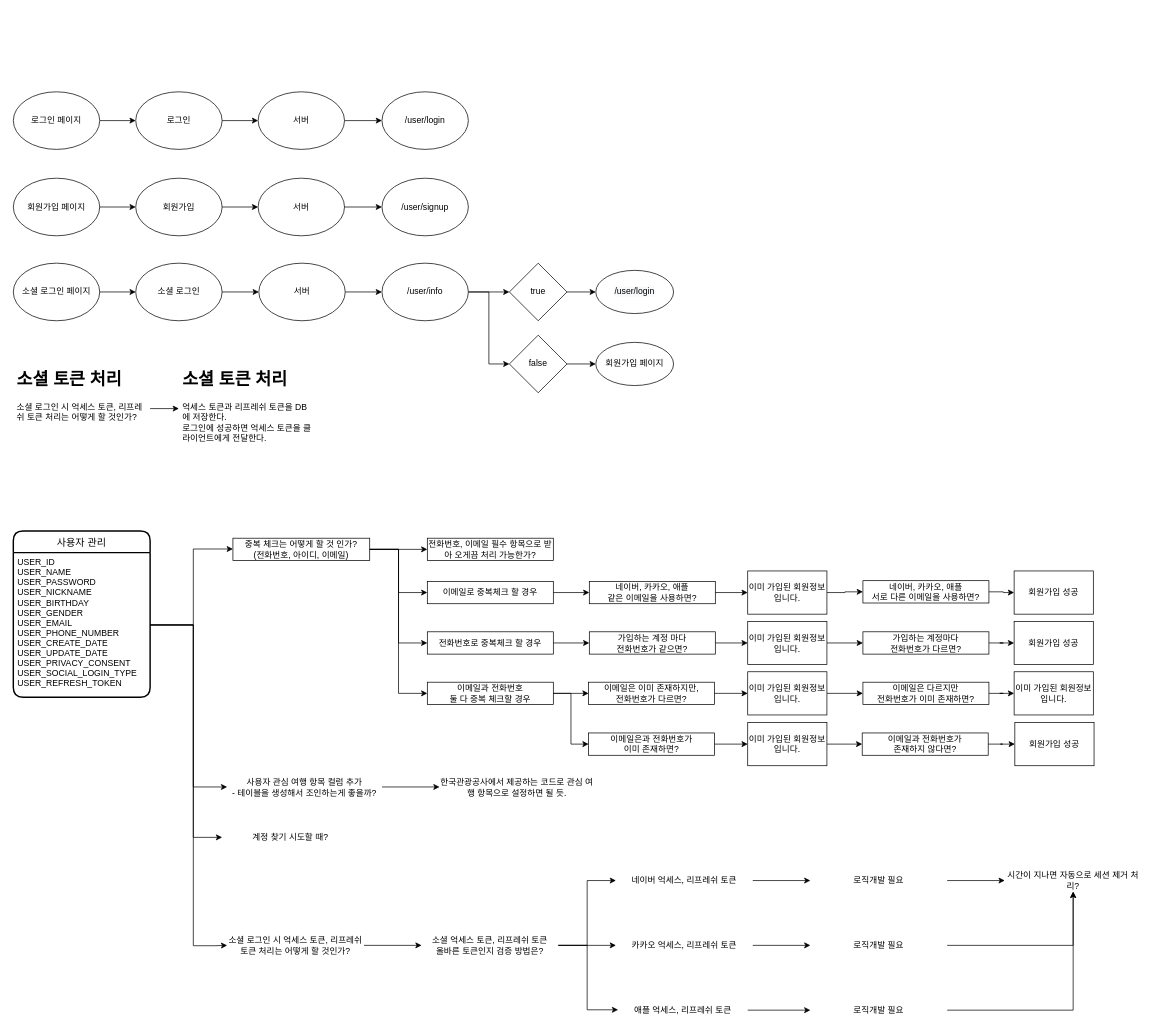
Before: page "회원가입(일반,소셜)" (6 of 6) of didden.drawio in xxxx-jeung/diddenUml, a draw.io diagram. Source tidied: cells renumbered, new cells numbered last; positions are measured from the earlier drawing's top-left corner, leaving out a move shared by most shapes. Both pictures are drawn from the tidied source at 72%, with x=0, y=0 at pixel (13, 91).
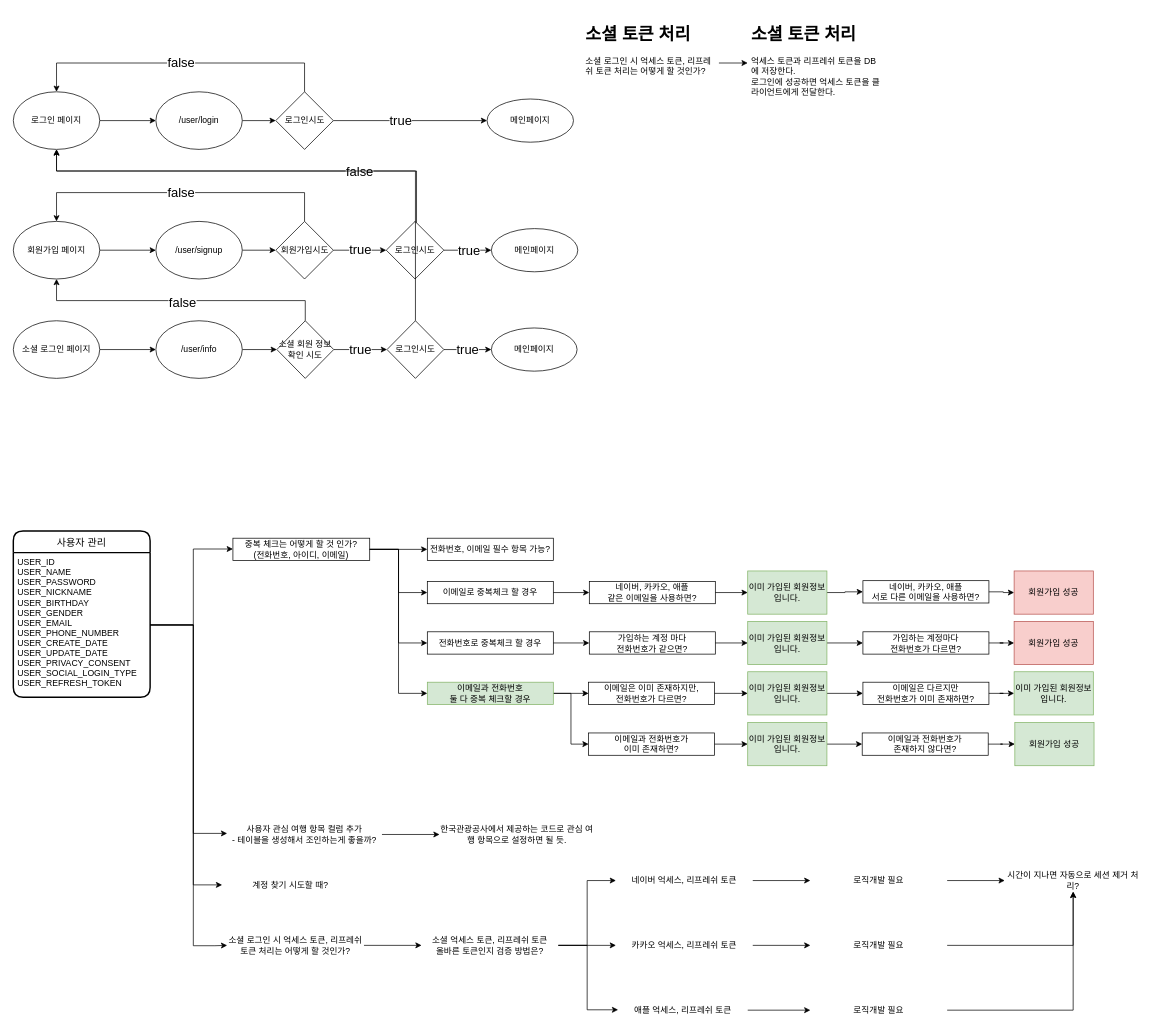
The same page after the edit.

The change refers to these unchanged cells:
```xml
<mxCell id="3" value="로그인 페이지" style="ellipse;whiteSpace=wrap;html=1;" parent="1" vertex="1">
  <mxGeometry width="120" height="80" as="geometry" />
</mxCell>
<mxCell id="28" value="USER_ID&#10;USER_NAME&#10;USER_PASSWORD&#10;USER_NICKNAME&#10;USER_BIRTHDAY&#10;USER_GENDER&#10;USER_EMAIL&#10;USER_PHONE_NUMBER&#10;USER_CREATE_DATE&#10;USER_UPDATE_DATE&#10;USER_PRIVACY_CONSENT&#10;USER_SOCIAL_LOGIN_TYPE&#10;USER_REFRESH_TOKEN" style="align=left;strokeColor=none;fillColor=none;spacingLeft=4;fontSize=12;verticalAlign=top;" parent="27" vertex="1">
  <mxGeometry y="30" width="190" height="201" as="geometry" />
</mxCell>
```

What changed in the source:
```diff
@@
-    <mxCell id="2" style="edgeStyle=orthogonalEdgeStyle;rounded=0;jettySize=auto;html=1;" parent="1" edge="1" source="3" target="7">
+    <mxCell id="2" style="edgeStyle=orthogonalEdgeStyle;rounded=0;jettySize=auto;html=1;" parent="1" edge="1" source="3" target="12">
       <mxGeometry relative="1" as="geometry" />
     </mxCell>
@@
-    <mxCell id="4" style="edgeStyle=orthogonalEdgeStyle;rounded=0;jettySize=auto;html=1;" parent="1" edge="1" source="5" target="9">
+    <mxCell id="4" style="edgeStyle=orthogonalEdgeStyle;rounded=0;jettySize=auto;html=1;" parent="1" edge="1" source="5" target="13">
       <mxGeometry relative="1" as="geometry" />
     </mxCell>
     <mxCell id="5" value="회원가입 페이지" style="ellipse;whiteSpace=wrap;html=1;" parent="1" vertex="1">
-      <mxGeometry y="120" width="120" height="80" as="geometry" />
+      <mxGeometry y="180" width="120" height="80" as="geometry" />
     </mxCell>
-    <mxCell id="6" style="edgeStyle=orthogonalEdgeStyle;rounded=0;jettySize=auto;html=1;" parent="1" edge="1" source="7" target="11">
-      <mxGeometry relative="1" as="geometry" />
-    </mxCell>
-    <mxCell id="7" value="로그인" style="ellipse;whiteSpace=wrap;html=1;" parent="1" vertex="1">
-      <mxGeometry x="170" width="120" height="80" as="geometry" />
-    </mxCell>
-    <mxCell id="8" style="edgeStyle=orthogonalEdgeStyle;rounded=0;jettySize=auto;html=1;" parent="1" edge="1" source="9" target="70">
-      <mxGeometry relative="1" as="geometry" />
-    </mxCell>
-    <mxCell id="9" value="회원가입" style="ellipse;whiteSpace=wrap;html=1;" parent="1" vertex="1">
-      <mxGeometry x="170" y="120" width="120" height="80" as="geometry" />
-    </mxCell>
-    <mxCell id="10" style="edgeStyle=orthogonalEdgeStyle;rounded=0;jettySize=auto;html=1;" parent="1" edge="1" source="11" target="12">
-      <mxGeometry relative="1" as="geometry" />
-    </mxCell>
-    <mxCell id="11" value="서버" style="ellipse;whiteSpace=wrap;html=1;" parent="1" vertex="1">
-      <mxGeometry x="340" width="120" height="80" as="geometry" />
-    </mxCell>
+    <mxCell id="104" style="edgeStyle=orthogonalEdgeStyle;rounded=0;jettySize=auto;html=1;" parent="1" edge="1" source="12" target="111">
+      <mxGeometry relative="1" as="geometry" />
+    </mxCell>
     <mxCell id="12" value="/user/login" style="ellipse;whiteSpace=wrap;html=1;" parent="1" vertex="1">
-      <mxGeometry x="512" width="120" height="80" as="geometry" />
+      <mxGeometry x="198" width="120" height="80" as="geometry" />
     </mxCell>
+    <mxCell id="105" style="edgeStyle=orthogonalEdgeStyle;rounded=0;jettySize=auto;html=1;fontSize=18;" parent="1" edge="1" source="13" target="115">
+      <mxGeometry relative="1" as="geometry" />
+    </mxCell>
     <mxCell id="13" value="/user/signup" style="ellipse;whiteSpace=wrap;html=1;" parent="1" vertex="1">
-      <mxGeometry x="512" y="120" width="120" height="80" as="geometry" />
+      <mxGeometry x="198" y="180" width="120" height="80" as="geometry" />
     </mxCell>
-    <mxCell id="14" style="edgeStyle=orthogonalEdgeStyle;rounded=0;jettySize=auto;html=1;" parent="1" edge="1" source="15" target="17">
+    <mxCell id="14" style="edgeStyle=orthogonalEdgeStyle;rounded=0;jettySize=auto;html=1;" parent="1" edge="1" source="15" target="68">
       <mxGeometry relative="1" as="geometry" />
     </mxCell>
     <mxCell id="15" value="소셜 로그인 페이지" style="ellipse;whiteSpace=wrap;html=1;" parent="1" vertex="1">
-      <mxGeometry y="238" width="120" height="80" as="geometry" />
+      <mxGeometry y="318" width="120" height="80" as="geometry" />
     </mxCell>
-    <mxCell id="16" style="edgeStyle=orthogonalEdgeStyle;rounded=0;jettySize=auto;html=1;" parent="1" edge="1" source="17" target="19">
-      <mxGeometry relative="1" as="geometry" />
-    </mxCell>
-    <mxCell id="17" value="소셜 로그인" style="ellipse;whiteSpace=wrap;html=1;" parent="1" vertex="1">
-      <mxGeometry x="170" y="238" width="120" height="80" as="geometry" />
-    </mxCell>
-    <mxCell id="18" style="edgeStyle=orthogonalEdgeStyle;rounded=0;jettySize=auto;html=1;entryX=0;entryY=0.5;entryDx=0;entryDy=0;" parent="1" edge="1" source="19" target="68">
-      <mxGeometry relative="1" as="geometry" />
-    </mxCell>
-    <mxCell id="19" value="서버" style="ellipse;whiteSpace=wrap;html=1;" parent="1" vertex="1">
-      <mxGeometry x="341" y="238" width="120" height="80" as="geometry" />
-    </mxCell>
@@
     <mxCell id="26" value="&lt;h1&gt;소셜 토큰 처리&lt;/h1&gt;&lt;p&gt;&lt;span style=&quot;text-align: center&quot;&gt;소셜 로그인 시 억세스 토큰, 리프레쉬 토큰 처리는 어떻게 할 것인가?&lt;/span&gt;&lt;br&gt;&lt;/p&gt;" style="text;html=1;strokeColor=none;fillColor=none;spacing=5;spacingTop=-20;whiteSpace=wrap;overflow=hidden;rounded=0;" parent="1" vertex="1">
-      <mxGeometry y="380" width="190" height="120" as="geometry" />
+      <mxGeometry x="790" y="-100" width="190" height="120" as="geometry" />
     </mxCell>
@@
-    <mxCell id="30" value="전화번호, 이메일 필수 항목으로 받아 오게끔 처리 가능한가?" style="text;html=1;strokeColor=default;fillColor=none;align=center;verticalAlign=middle;whiteSpace=wrap;rounded=0;" parent="1" vertex="1">
+    <mxCell id="30" value="전화번호, 이메일 필수 항목 가능?" style="text;html=1;strokeColor=default;fillColor=none;align=center;verticalAlign=middle;whiteSpace=wrap;rounded=0;" parent="1" vertex="1">
       <mxGeometry x="575" y="620" width="175" height="31" as="geometry" />
     </mxCell>
@@
     <mxCell id="32" value="사용자 관심 여행 항목 컬럼 추가&lt;br&gt;- 테이블을 생성해서 조인하는게 좋을까?" style="text;html=1;strokeColor=none;fillColor=none;align=center;verticalAlign=middle;whiteSpace=wrap;rounded=0;" parent="1" vertex="1">
-      <mxGeometry x="297" y="950" width="215" height="31" as="geometry" />
+      <mxGeometry x="297" y="1016" width="215" height="31" as="geometry" />
     </mxCell>
     <mxCell id="33" style="edgeStyle=orthogonalEdgeStyle;rounded=0;jettySize=auto;html=1;entryX=0;entryY=0.5;entryDx=0;entryDy=0;" parent="1" edge="1" source="28" target="42">
       <mxGeometry relative="1" as="geometry">
         <Array as="points">
-          <mxPoint x="250" y="740" />
-          <mxPoint x="250" y="1036" />
-          <mxPoint x="290" y="1036" />
+          <mxPoint x="250" y="741" />
+          <mxPoint x="250" y="1102" />
+          <mxPoint x="290" y="1102" />
         </Array>
       </mxGeometry>
     </mxCell>
@@
     <mxCell id="42" value="계정 찾기 시도할 때?" style="text;html=1;strokeColor=none;fillColor=none;align=center;verticalAlign=middle;whiteSpace=wrap;rounded=0;" parent="1" vertex="1">
-      <mxGeometry x="290" y="1020" width="190" height="31" as="geometry" />
+      <mxGeometry x="290" y="1086" width="190" height="31" as="geometry" />
     </mxCell>
-    <mxCell id="43" style="edgeStyle=orthogonalEdgeStyle;rounded=0;jettySize=auto;html=1;entryX=0;entryY=0.5;entryDx=0;entryDy=0;" parent="1" edge="1" source="28" target="32">
+    <mxCell id="43" style="edgeStyle=orthogonalEdgeStyle;rounded=0;jettySize=auto;html=1;" parent="1" edge="1" source="28" target="32">
       <mxGeometry relative="1" as="geometry">
         <Array as="points">
-          <mxPoint x="250" y="740" />
-          <mxPoint x="250" y="966" />
-          <mxPoint x="297" y="966" />
+          <mxPoint x="250" y="741" />
+          <mxPoint x="250" y="1030" />
         </Array>
       </mxGeometry>
     </mxCell>
@@
     <mxCell id="64" value="한국관광공사에서 제공하는 코드로 관심 여행 항목으로 설정하면 될 듯." style="text;html=1;strokeColor=none;fillColor=none;align=center;verticalAlign=middle;whiteSpace=wrap;rounded=0;" parent="1" vertex="1">
-      <mxGeometry x="592" y="950" width="215" height="31" as="geometry" />
+      <mxGeometry x="592" y="1016" width="215" height="31" as="geometry" />
     </mxCell>
     <mxCell id="65" value="&lt;h1&gt;소셜 토큰 처리&lt;/h1&gt;&lt;div&gt;억세스 토큰과 리프레쉬 토큰을 DB 에 저장한다.&lt;/div&gt;&lt;div&gt;로그인에 성공하면 억세스 토큰을 클라이언트에게 전달한다.&lt;/div&gt;" style="text;html=1;strokeColor=none;fillColor=none;spacing=5;spacingTop=-20;whiteSpace=wrap;overflow=hidden;rounded=0;" parent="1" vertex="1">
-      <mxGeometry x="230" y="380" width="190" height="120" as="geometry" />
+      <mxGeometry x="1020" y="-100" width="190" height="120" as="geometry" />
     </mxCell>
@@
-    <mxCell id="67" style="edgeStyle=orthogonalEdgeStyle;rounded=0;jettySize=auto;html=1;entryX=0;entryY=0.5;entryDx=0;entryDy=0;" parent="1" edge="1" source="68" target="74">
-      <mxGeometry relative="1" as="geometry" />
-    </mxCell>
     <mxCell id="68" value="/user/info" style="ellipse;whiteSpace=wrap;html=1;" parent="1" vertex="1">
-      <mxGeometry x="512" y="238" width="120" height="80" as="geometry" />
+      <mxGeometry x="198" y="318" width="120" height="80" as="geometry" />
     </mxCell>
-    <mxCell id="69" style="edgeStyle=orthogonalEdgeStyle;rounded=0;jettySize=auto;html=1;" parent="1" edge="1" source="70" target="13">
-      <mxGeometry relative="1" as="geometry" />
-    </mxCell>
-    <mxCell id="70" value="서버" style="ellipse;whiteSpace=wrap;html=1;" parent="1" vertex="1">
-      <mxGeometry x="340" y="120" width="120" height="80" as="geometry" />
-    </mxCell>
-    <mxCell id="71" style="edgeStyle=orthogonalEdgeStyle;rounded=0;jettySize=auto;html=1;" parent="1" edge="1" source="72" target="75">
+    <mxCell id="71" value="&lt;font style=&quot;font-size: 18px;&quot;&gt;true&lt;/font&gt;" style="edgeStyle=orthogonalEdgeStyle;rounded=0;jettySize=auto;html=1;" parent="1" edge="1" source="72" target="124">
       <mxGeometry relative="1" as="geometry" />
     </mxCell>
+    <mxCell id="106" style="edgeStyle=orthogonalEdgeStyle;rounded=0;jettySize=auto;html=1;fontSize=18;" parent="1" edge="1" source="72" target="5">
+      <mxGeometry relative="1" as="geometry">
+        <Array as="points">
+          <mxPoint x="405" y="290" />
+          <mxPoint x="60" y="290" />
+        </Array>
+      </mxGeometry>
+    </mxCell>
+    <mxCell id="107" value="false" style="edgeLabel;html=1;align=center;verticalAlign=middle;fontSize=18;" parent="106" vertex="1">
+      <mxGeometry x="0.07" y="1" relative="1" as="geometry">
+        <mxPoint x="17" y="1" as="offset" />
+      </mxGeometry>
+    </mxCell>
-    <mxCell id="72" value="true" style="rhombus;whiteSpace=wrap;html=1;" parent="1" vertex="1">
-      <mxGeometry x="689" y="238" width="80" height="80" as="geometry" />
+    <mxCell id="72" value="소셜 회원 정보 확인 시도" style="rhombus;whiteSpace=wrap;html=1;" parent="1" vertex="1">
+      <mxGeometry x="366" y="318" width="79" height="80" as="geometry" />
     </mxCell>
-    <mxCell id="73" style="edgeStyle=orthogonalEdgeStyle;rounded=0;jettySize=auto;html=1;" parent="1" edge="1" source="74" target="76">
-      <mxGeometry relative="1" as="geometry" />
-    </mxCell>
-    <mxCell id="74" value="false" style="rhombus;whiteSpace=wrap;html=1;" parent="1" vertex="1">
-      <mxGeometry x="689" y="338" width="80" height="80" as="geometry" />
-    </mxCell>
-    <mxCell id="75" value="&lt;span style=&quot;caret-color: rgb(0, 189, 184); color: rgb(0, 0, 0); font-family: Helvetica; font-size: 12px; font-style: normal; font-variant-caps: normal; font-weight: 400; letter-spacing: normal; text-align: center; text-indent: 0px; text-transform: none; word-spacing: 0px; -webkit-text-stroke-width: 0px; background-color: rgb(248, 249, 250); text-decoration: none; float: none; display: inline !important;&quot;&gt;/user/login&lt;/span&gt;" style="ellipse;whiteSpace=wrap;html=1;" parent="1" vertex="1">
-      <mxGeometry x="809" y="248" width="108" height="60" as="geometry" />
-    </mxCell>
-    <mxCell id="76" value="회원가입 페이지" style="ellipse;whiteSpace=wrap;html=1;" parent="1" vertex="1">
-      <mxGeometry x="809" y="348" width="108" height="60" as="geometry" />
-    </mxCell>
@@
-    <mxCell id="79" value="이메일과 전화번호 &lt;br&gt;둘 다&amp;nbsp;중복 체크할 경우" style="text;html=1;strokeColor=default;fillColor=none;align=center;verticalAlign=middle;whiteSpace=wrap;rounded=0;" parent="1" vertex="1">
+    <mxCell id="79" value="이메일과 전화번호 &lt;br&gt;둘 다&amp;nbsp;중복 체크할 경우" style="text;html=1;strokeColor=#82b366;fillColor=#d5e8d4;align=center;verticalAlign=middle;whiteSpace=wrap;rounded=0;" parent="1" vertex="1">
       <mxGeometry x="575" y="820" width="175" height="31" as="geometry" />
     </mxCell>
@@
-    <mxCell id="83" value="이미 가입된 회원정보 입니다." style="whiteSpace=wrap;html=1;" parent="1" vertex="1">
+    <mxCell id="83" value="이미 가입된 회원정보 입니다." style="whiteSpace=wrap;html=1;fillColor=#d5e8d4;strokeColor=#82b366;" parent="1" vertex="1">
       <mxGeometry x="1020" y="665.5" width="110" height="60" as="geometry" />
     </mxCell>
@@
-    <mxCell id="86" value="회원가입 성공" style="whiteSpace=wrap;html=1;" parent="1" vertex="1">
+    <mxCell id="86" value="회원가입 성공" style="whiteSpace=wrap;html=1;fillColor=#f8cecc;strokeColor=#b85450;" parent="1" vertex="1">
       <mxGeometry x="1390" y="665.5" width="110" height="60" as="geometry" />
     </mxCell>
@@
-    <mxCell id="88" value="이미 가입된 회원정보 입니다." style="whiteSpace=wrap;html=1;" parent="1" vertex="1">
+    <mxCell id="88" value="이미 가입된 회원정보 입니다." style="whiteSpace=wrap;html=1;fillColor=#d5e8d4;strokeColor=#82b366;" parent="1" vertex="1">
       <mxGeometry x="1020" y="735.5" width="110" height="60" as="geometry" />
     </mxCell>
@@
-    <mxCell id="91" value="회원가입 성공" style="whiteSpace=wrap;html=1;" parent="1" vertex="1">
+    <mxCell id="91" value="회원가입 성공" style="whiteSpace=wrap;html=1;fillColor=#f8cecc;strokeColor=#b85450;" parent="1" vertex="1">
       <mxGeometry x="1390" y="735.5" width="110" height="60" as="geometry" />
     </mxCell>
@@
-    <mxCell id="93" value="이미 가입된 회원정보 입니다." style="whiteSpace=wrap;html=1;" parent="1" vertex="1">
+    <mxCell id="93" value="이미 가입된 회원정보 입니다." style="whiteSpace=wrap;html=1;fillColor=#d5e8d4;strokeColor=#82b366;" parent="1" vertex="1">
       <mxGeometry x="1020" y="805.5" width="110" height="60" as="geometry" />
     </mxCell>
@@
-    <mxCell id="96" value="이미 가입된 회원정보 입니다." style="whiteSpace=wrap;html=1;" parent="1" vertex="1">
+    <mxCell id="96" value="이미 가입된 회원정보 입니다." style="whiteSpace=wrap;html=1;fillColor=#d5e8d4;strokeColor=#82b366;" parent="1" vertex="1">
       <mxGeometry x="1390" y="805.5" width="110" height="60" as="geometry" />
     </mxCell>
@@
-    <mxCell id="98" value="이메일은과 전화번호가 &lt;br&gt;이미 존재하면?" style="text;html=1;strokeColor=default;fillColor=none;align=center;verticalAlign=middle;whiteSpace=wrap;rounded=0;" parent="1" vertex="1">
+    <mxCell id="98" value="이메일과 전화번호가 &lt;br&gt;이미 존재하면?" style="text;html=1;strokeColor=default;fillColor=none;align=center;verticalAlign=middle;whiteSpace=wrap;rounded=0;" parent="1" vertex="1">
       <mxGeometry x="799" y="890.5" width="175" height="31" as="geometry" />
     </mxCell>
@@
-    <mxCell id="100" value="이미 가입된 회원정보 입니다." style="whiteSpace=wrap;html=1;" parent="1" vertex="1">
+    <mxCell id="100" value="이미 가입된 회원정보 입니다." style="whiteSpace=wrap;html=1;fillColor=#d5e8d4;strokeColor=#82b366;" parent="1" vertex="1">
       <mxGeometry x="1020" y="876" width="110" height="60" as="geometry" />
     </mxCell>
@@
-    <mxCell id="103" value="회원가입 성공" style="whiteSpace=wrap;html=1;" parent="1" vertex="1">
+    <mxCell id="103" value="회원가입 성공" style="whiteSpace=wrap;html=1;fillColor=#d5e8d4;strokeColor=#82b366;" parent="1" vertex="1">
       <mxGeometry x="1391" y="876" width="110" height="60" as="geometry" />
     </mxCell>
+    <mxCell id="108" value="&lt;font style=&quot;font-size: 18px;&quot;&gt;false&lt;/font&gt;" style="edgeStyle=orthogonalEdgeStyle;rounded=0;jettySize=auto;html=1;entryX=0.5;entryY=0;entryDx=0;entryDy=0;" parent="1" edge="1" source="111" target="3">
+      <mxGeometry relative="1" as="geometry">
+        <Array as="points">
+          <mxPoint x="404" y="-40" />
+          <mxPoint x="60" y="-40" />
+        </Array>
+      </mxGeometry>
+    </mxCell>
+    <mxCell id="109" style="edgeStyle=orthogonalEdgeStyle;rounded=0;jettySize=auto;html=1;" parent="1" edge="1" source="111" target="112">
+      <mxGeometry relative="1" as="geometry" />
+    </mxCell>
+    <mxCell id="110" value="true" style="edgeLabel;html=1;align=center;verticalAlign=middle;fontSize=18;" parent="109" vertex="1">
+      <mxGeometry x="-0.13" y="-3" relative="1" as="geometry">
+        <mxPoint y="-3" as="offset" />
+      </mxGeometry>
+    </mxCell>
+    <mxCell id="111" value="로그인시도" style="rhombus;whiteSpace=wrap;html=1;" parent="1" vertex="1">
+      <mxGeometry x="364.5" width="80" height="80" as="geometry" />
+    </mxCell>
+    <mxCell id="112" value="메인페이지" style="ellipse;whiteSpace=wrap;html=1;" parent="1" vertex="1">
+      <mxGeometry x="658" y="10" width="120" height="60" as="geometry" />
+    </mxCell>
+    <mxCell id="113" value="true" style="edgeStyle=orthogonalEdgeStyle;rounded=0;jettySize=auto;html=1;fontSize=18;" parent="1" edge="1" source="115" target="120">
+      <mxGeometry relative="1" as="geometry" />
+    </mxCell>
+    <mxCell id="114" value="false" style="edgeStyle=orthogonalEdgeStyle;rounded=0;jettySize=auto;html=1;entryX=0.5;entryY=0;entryDx=0;entryDy=0;fontSize=18;" parent="1" edge="1" source="115" target="5">
+      <mxGeometry relative="1" as="geometry">
+        <Array as="points">
+          <mxPoint x="405" y="140" />
+          <mxPoint x="60" y="140" />
+        </Array>
+      </mxGeometry>
+    </mxCell>
+    <mxCell id="115" value="회원가입시도" style="rhombus;whiteSpace=wrap;html=1;" parent="1" vertex="1">
+      <mxGeometry x="364.5" y="180" width="80" height="80" as="geometry" />
+    </mxCell>
+    <mxCell id="116" style="edgeStyle=orthogonalEdgeStyle;rounded=0;jettySize=auto;html=1;fontSize=18;" parent="1" edge="1" source="120" target="121">
+      <mxGeometry relative="1" as="geometry" />
+    </mxCell>
+    <mxCell id="117" value="true" style="edgeLabel;html=1;align=center;verticalAlign=middle;fontSize=18;" parent="116" vertex="1">
+      <mxGeometry x="0.02" relative="1" as="geometry" />
+    </mxCell>
+    <mxCell id="118" style="edgeStyle=orthogonalEdgeStyle;rounded=0;jettySize=auto;html=1;fontSize=18;" parent="1" edge="1" source="120" target="3">
+      <mxGeometry relative="1" as="geometry">
+        <Array as="points">
+          <mxPoint x="560" y="110" />
+          <mxPoint x="60" y="110" />
+        </Array>
+      </mxGeometry>
+    </mxCell>
+    <mxCell id="119" value="false" style="edgeLabel;html=1;align=center;verticalAlign=middle;fontSize=18;" parent="118" vertex="1">
+      <mxGeometry x="-0.72" relative="1" as="geometry">
+        <mxPoint x="-68" as="offset" />
+      </mxGeometry>
+    </mxCell>
+    <mxCell id="120" value="로그인시도" style="rhombus;whiteSpace=wrap;html=1;" parent="1" vertex="1">
+      <mxGeometry x="518" y="180" width="80" height="80" as="geometry" />
+    </mxCell>
+    <mxCell id="121" value="메인페이지" style="ellipse;whiteSpace=wrap;html=1;" parent="1" vertex="1">
+      <mxGeometry x="664" y="190" width="120" height="60" as="geometry" />
+    </mxCell>
+    <mxCell id="122" value="true" style="edgeStyle=orthogonalEdgeStyle;rounded=0;jettySize=auto;html=1;fontSize=18;" parent="1" edge="1" source="124" target="125">
+      <mxGeometry relative="1" as="geometry" />
+    </mxCell>
+    <mxCell id="123" style="edgeStyle=orthogonalEdgeStyle;rounded=0;jettySize=auto;html=1;fontSize=18;entryX=0.5;entryY=1;entryDx=0;entryDy=0;" parent="1" edge="1" source="124" target="3">
+      <mxGeometry relative="1" as="geometry">
+        <Array as="points">
+          <mxPoint x="559" y="110" />
+          <mxPoint x="60" y="110" />
+        </Array>
+      </mxGeometry>
+    </mxCell>
+    <mxCell id="124" value="로그인시도" style="rhombus;whiteSpace=wrap;html=1;" parent="1" vertex="1">
+      <mxGeometry x="519" y="318" width="79" height="80" as="geometry" />
+    </mxCell>
+    <mxCell id="125" value="메인페이지" style="ellipse;whiteSpace=wrap;html=1;" parent="1" vertex="1">
+      <mxGeometry x="664" y="328" width="119" height="60" as="geometry" />
+    </mxCell>
```
